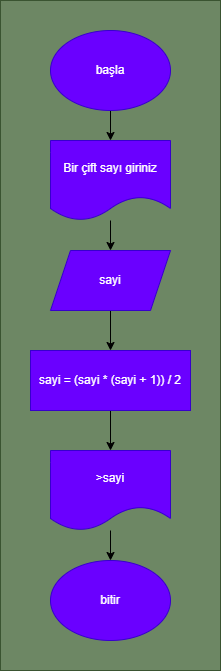
This is SumOfEvenNumbers/SumOfEvenNumbers1.drawio.png from ramazanaltintop/algorithm-flow-charts, a draw.io export, as it was before one commit. Source tidied: cells renumbered, new cells last; positions are measured from the earlier drawing's top-left corner, leaving out a move shared by most shapes. The source it was exported from:
```xml
<mxGraphModel>
  <root>
    <mxCell id="0" />
    <mxCell id="1" parent="0" />
    <mxCell id="2" style="rounded=0;whiteSpace=wrap;html=1;fillColor=#6d8764;fontColor=#ffffff;strokeColor=#3A5431;" parent="1" vertex="1">
      <mxGeometry width="220" height="670" as="geometry" />
    </mxCell>
    <mxCell id="3" style="edgeStyle=none;html=1;" parent="1" edge="1" source="4" target="6">
      <mxGeometry relative="1" as="geometry" />
    </mxCell>
    <mxCell id="4" value="başla" style="ellipse;whiteSpace=wrap;html=1;fillColor=#6a00ff;fontColor=#ffffff;strokeColor=#3700CC;" parent="1" vertex="1">
      <mxGeometry x="50" y="30" width="120" height="80" as="geometry" />
    </mxCell>
    <mxCell id="5" style="edgeStyle=none;html=1;" parent="1" edge="1" source="6" target="8">
      <mxGeometry relative="1" as="geometry" />
    </mxCell>
    <mxCell id="6" value="Bir çift sayı giriniz" style="shape=document;whiteSpace=wrap;html=1;boundedLbl=1;fillColor=#6a00ff;fontColor=#ffffff;strokeColor=#3700CC;" parent="1" vertex="1">
      <mxGeometry x="50" y="140" width="120" height="80" as="geometry" />
    </mxCell>
    <mxCell id="7" style="edgeStyle=none;html=1;" parent="1" edge="1" source="8" target="10">
      <mxGeometry relative="1" as="geometry" />
    </mxCell>
    <mxCell id="8" value="sayi" style="shape=parallelogram;perimeter=parallelogramPerimeter;whiteSpace=wrap;html=1;fixedSize=1;fillColor=#6a00ff;fontColor=#ffffff;strokeColor=#3700CC;" parent="1" vertex="1">
      <mxGeometry x="50" y="250" width="120" height="60" as="geometry" />
    </mxCell>
    <mxCell id="9" style="edgeStyle=none;html=1;" parent="1" edge="1" source="10" target="12">
      <mxGeometry relative="1" as="geometry" />
    </mxCell>
    <mxCell id="10" value="sayi = (sayi * (sayi + 1)) / 2" style="rounded=0;whiteSpace=wrap;html=1;fillColor=#6a00ff;fontColor=#ffffff;strokeColor=#3700CC;" parent="1" vertex="1">
      <mxGeometry x="30" y="350" width="160" height="60" as="geometry" />
    </mxCell>
    <mxCell id="11" style="edgeStyle=none;html=1;" parent="1" edge="1" source="12" target="13">
      <mxGeometry relative="1" as="geometry" />
    </mxCell>
    <mxCell id="12" value="&amp;gt;sayi" style="shape=document;whiteSpace=wrap;html=1;boundedLbl=1;fillColor=#6a00ff;fontColor=#ffffff;strokeColor=#3700CC;" parent="1" vertex="1">
      <mxGeometry x="50" y="450" width="120" height="80" as="geometry" />
    </mxCell>
    <mxCell id="13" value="bitir" style="ellipse;whiteSpace=wrap;html=1;fillColor=#6a00ff;fontColor=#ffffff;strokeColor=#3700CC;" parent="1" vertex="1">
      <mxGeometry x="50" y="560" width="120" height="80" as="geometry" />
    </mxCell>
  </root>
</mxGraphModel>
```
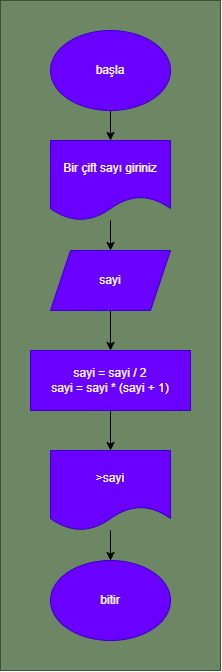
Above is the later version.

The edit, as a diff of the source:
```diff
@@ -26,7 +26,7 @@
     <mxCell id="9" style="edgeStyle=none;html=1;" parent="1" edge="1" source="10" target="12">
       <mxGeometry relative="1" as="geometry" />
     </mxCell>
-    <mxCell id="10" value="sayi = (sayi * (sayi + 1)) / 2" style="rounded=0;whiteSpace=wrap;html=1;fillColor=#6a00ff;fontColor=#ffffff;strokeColor=#3700CC;" parent="1" vertex="1">
+    <mxCell id="10" value="sayi = sayi / 2&lt;br&gt;sayi = sayi * (sayi + 1)" style="rounded=0;whiteSpace=wrap;html=1;fillColor=#6a00ff;fontColor=#ffffff;strokeColor=#3700CC;" parent="1" vertex="1">
       <mxGeometry x="30" y="350" width="160" height="60" as="geometry" />
     </mxCell>
     <mxCell id="11" style="edgeStyle=none;html=1;" parent="1" edge="1" source="12" target="13">
```
